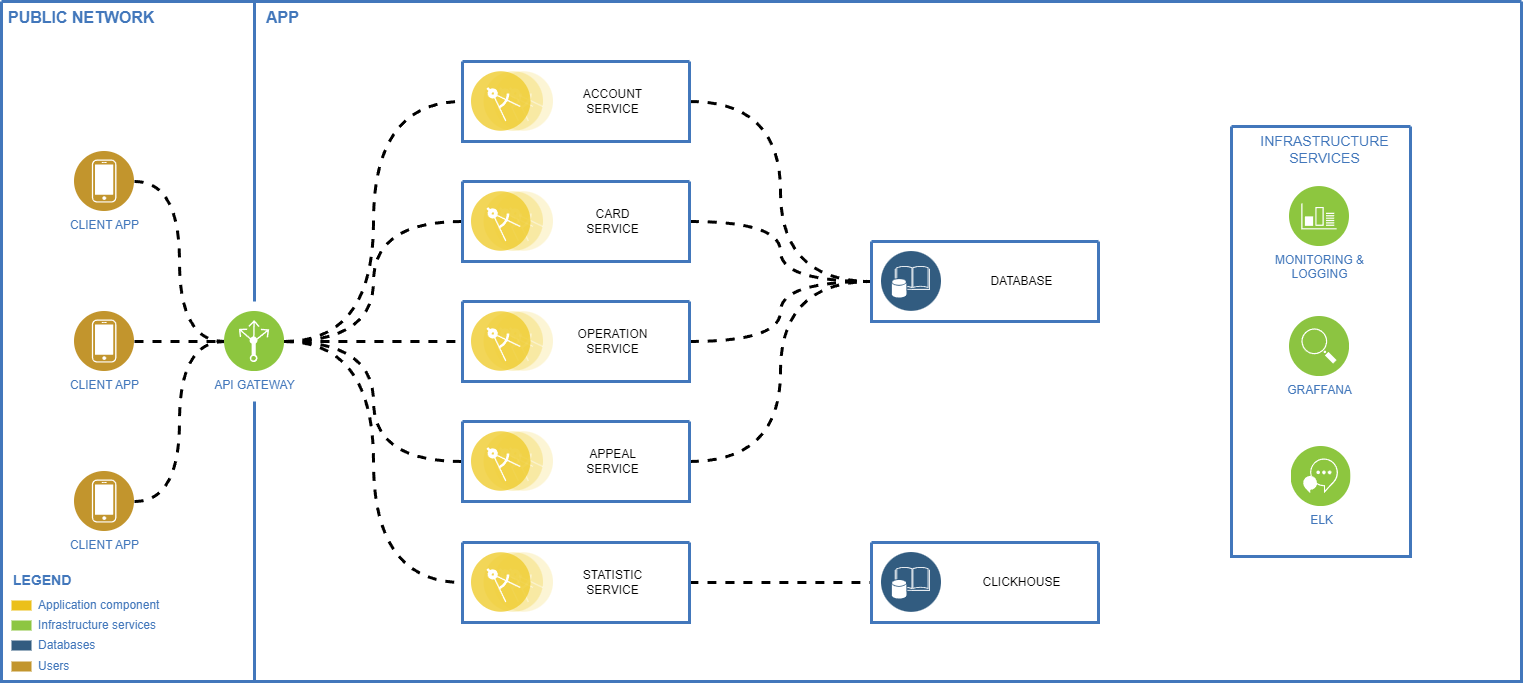
This is img/architecture.png from ClausStolz/Architecture-Test, a draw.io export, as it was before one commit. Source tidied: cells renumbered, new cells last; positions are measured from the earlier drawing's top-left corner, leaving out a move shared by most shapes. The source it was exported from:
```xml
<mxGraphModel>
  <root>
    <mxCell id="0" />
    <mxCell id="1" parent="0" />
    <mxCell id="2" style="swimlane;shadow=0;strokeColor=#4277BB;fillColor=#ffffff;fontColor=#4277BB;align=right;startSize=0;strokeWidth=3;" parent="1" vertex="1">
      <mxGeometry width="1520" height="680" as="geometry" />
    </mxCell>
    <mxCell id="3" value="PUBLIC NETWORK" style="text;html=1;align=left;verticalAlign=top;fontColor=#4277BB;shadow=0;dashed=0;strokeColor=none;fillColor=none;labelBackgroundColor=none;fontStyle=1;fontSize=16;spacingLeft=5;" parent="2" vertex="1">
      <mxGeometry width="170" height="30" as="geometry" />
    </mxCell>
    <mxCell id="4" style="line;strokeWidth=3;direction=south;html=1;shadow=0;labelBackgroundColor=none;fillColor=none;gradientColor=none;fontSize=12;fontColor=#4277BB;align=right;strokeColor=#4277BB;" parent="2" vertex="1">
      <mxGeometry x="248" width="10" height="300" as="geometry" />
    </mxCell>
    <mxCell id="5" value="APP" style="text;html=1;align=left;verticalAlign=top;fontColor=#4277BB;shadow=0;dashed=0;strokeColor=none;fillColor=none;labelBackgroundColor=none;fontStyle=1;fontSize=16;spacingLeft=5;" parent="2" vertex="1">
      <mxGeometry x="258" width="180" height="35" as="geometry" />
    </mxCell>
    <mxCell id="6" value="Application component" style="rounded=0;html=1;shadow=0;labelBackgroundColor=none;strokeColor=none;strokeWidth=2;fillColor=#EBC01A;gradientColor=none;fontSize=12;fontColor=#4277BB;align=left;labelPosition=right;verticalLabelPosition=middle;verticalAlign=middle;spacingLeft=5;" parent="2" vertex="1">
      <mxGeometry x="10" y="599" width="20" height="10" as="geometry" />
    </mxCell>
    <mxCell id="7" value="Infrastructure services" style="rounded=0;html=1;shadow=0;labelBackgroundColor=none;strokeColor=none;strokeWidth=2;fillColor=#8DC642;gradientColor=none;fontSize=12;fontColor=#4277BB;align=left;labelPosition=right;verticalLabelPosition=middle;verticalAlign=middle;spacingLeft=5;" parent="2" vertex="1">
      <mxGeometry x="10" y="619" width="20" height="10" as="geometry" />
    </mxCell>
    <mxCell id="8" value="LEGEND" style="text;html=1;align=left;verticalAlign=middle;fontColor=#4277BB;shadow=0;dashed=0;strokeColor=none;fillColor=none;labelBackgroundColor=none;fontStyle=1;fontSize=14;spacingLeft=0;" parent="2" vertex="1">
      <mxGeometry x="10" y="569" width="150" height="20" as="geometry" />
    </mxCell>
    <mxCell id="9" value="Users" style="rounded=0;html=1;shadow=0;labelBackgroundColor=none;strokeColor=none;strokeWidth=2;fillColor=#C2952D;gradientColor=none;fontSize=12;fontColor=#4277BB;align=left;labelPosition=right;verticalLabelPosition=middle;verticalAlign=middle;spacingLeft=5;" parent="2" vertex="1">
      <mxGeometry x="10" y="660" width="20" height="10" as="geometry" />
    </mxCell>
    <mxCell id="10" style="line;strokeWidth=3;direction=south;html=1;shadow=0;labelBackgroundColor=none;fillColor=none;gradientColor=none;fontSize=12;fontColor=#4277BB;align=right;strokeColor=#4277BB;" parent="2" vertex="1">
      <mxGeometry x="248" y="400" width="10" height="280" as="geometry" />
    </mxCell>
    <mxCell id="11" style="edgeStyle=orthogonalEdgeStyle;rounded=0;jettySize=auto;html=1;exitX=1;exitY=0.5;exitDx=0;exitDy=0;entryX=0;entryY=0.5;entryDx=0;entryDy=0;strokeWidth=3;dashed=1;curved=1;endArrow=none;endFill=0;" parent="2" edge="1" source="12" target="27">
      <mxGeometry relative="1" as="geometry" />
    </mxCell>
    <mxCell id="12" value="CLIENT APP" style="perimeter=ellipsePerimeter;html=1;align=center;shadow=0;dashed=0;image;image=img/lib/ibm/users/device.svg;labelBackgroundColor=#ffffff;strokeColor=#666666;strokeWidth=3;fillColor=#C2952D;gradientColor=none;fontSize=12;fontColor=#4277BB;" parent="2" vertex="1">
      <mxGeometry x="73" y="150" width="60" height="60" as="geometry" />
    </mxCell>
    <mxCell id="13" style="swimlane;shadow=0;strokeColor=#4277BB;fillColor=#ffffff;fontColor=#4277BB;align=right;startSize=0;strokeWidth=3;" parent="2" vertex="1">
      <mxGeometry x="1230" y="125" width="179" height="430" as="geometry" />
    </mxCell>
    <mxCell id="14" value="MONITORING &amp;amp;&lt;div&gt;LOGGING&lt;/div&gt;" style="perimeter=ellipsePerimeter;html=1;align=center;shadow=0;dashed=0;image;image=img/lib/ibm/infrastructure/monitoring_logging.svg;labelBackgroundColor=none;strokeColor=#666666;strokeWidth=3;fillColor=#C2952D;gradientColor=none;fontSize=12;fontColor=#4277BB;" parent="13" vertex="1">
      <mxGeometry x="58" y="60" width="60" height="60" as="geometry" />
    </mxCell>
    <mxCell id="15" value="GRAFFANA" style="perimeter=ellipsePerimeter;html=1;align=center;shadow=0;dashed=0;image;image=img/lib/ibm/infrastructure/service_discovery_configuration.svg;labelBackgroundColor=none;strokeColor=#666666;strokeWidth=3;fillColor=#C2952D;gradientColor=none;fontSize=12;fontColor=#4277BB;" parent="13" vertex="1">
      <mxGeometry x="58" y="190" width="60" height="60" as="geometry" />
    </mxCell>
    <mxCell id="16" value="ELK" style="perimeter=ellipsePerimeter;html=1;align=center;shadow=0;dashed=0;image;image=img/lib/ibm/infrastructure/interservice_communication.svg;labelBackgroundColor=none;strokeColor=#666666;strokeWidth=3;fillColor=#C2952D;gradientColor=none;fontSize=12;fontColor=#4277BB;" parent="13" vertex="1">
      <mxGeometry x="59.5" y="320" width="60" height="60" as="geometry" />
    </mxCell>
    <mxCell id="17" value="INFRASTRUCTURE &lt;br&gt;SERVICES" style="text;html=1;align=center;verticalAlign=top;fontColor=#4277BB;shadow=0;dashed=0;strokeColor=none;fillColor=none;labelBackgroundColor=none;fontStyle=0;fontSize=14;spacingLeft=5;" parent="13" vertex="1">
      <mxGeometry x="10" width="160" height="24" as="geometry" />
    </mxCell>
    <mxCell id="18" style="edgeStyle=orthogonalEdgeStyle;rounded=0;jettySize=auto;html=1;exitX=1;exitY=0.5;exitDx=0;exitDy=0;entryX=0;entryY=0.5;entryDx=0;entryDy=0;strokeWidth=3;dashed=1;endArrow=none;endFill=0;" parent="2" edge="1" source="19" target="27">
      <mxGeometry relative="1" as="geometry" />
    </mxCell>
    <mxCell id="19" value="CLIENT APP" style="perimeter=ellipsePerimeter;html=1;align=center;shadow=0;dashed=0;image;image=img/lib/ibm/users/device.svg;labelBackgroundColor=#ffffff;strokeColor=#666666;strokeWidth=3;fillColor=#C2952D;gradientColor=none;fontSize=12;fontColor=#4277BB;" parent="2" vertex="1">
      <mxGeometry x="73" y="310" width="60" height="60" as="geometry" />
    </mxCell>
    <mxCell id="20" style="edgeStyle=orthogonalEdgeStyle;rounded=0;jettySize=auto;html=1;exitX=1;exitY=0.5;exitDx=0;exitDy=0;entryX=0;entryY=0.5;entryDx=0;entryDy=0;strokeWidth=3;dashed=1;curved=1;endArrow=none;endFill=0;" parent="2" edge="1" source="21" target="27">
      <mxGeometry relative="1" as="geometry" />
    </mxCell>
    <mxCell id="21" value="CLIENT APP" style="perimeter=ellipsePerimeter;html=1;align=center;shadow=0;dashed=0;image;image=img/lib/ibm/users/device.svg;labelBackgroundColor=#ffffff;strokeColor=#666666;strokeWidth=3;fillColor=#C2952D;gradientColor=none;fontSize=12;fontColor=#4277BB;" parent="2" vertex="1">
      <mxGeometry x="73" y="470" width="60" height="60" as="geometry" />
    </mxCell>
    <mxCell id="22" style="edgeStyle=orthogonalEdgeStyle;rounded=0;jettySize=auto;html=1;exitX=1;exitY=0.5;exitDx=0;exitDy=0;entryX=0;entryY=0.5;entryDx=0;entryDy=0;strokeWidth=3;dashed=1;curved=1;endArrow=none;endFill=0;" parent="2" edge="1" source="27" target="37">
      <mxGeometry relative="1" as="geometry" />
    </mxCell>
    <mxCell id="23" style="edgeStyle=orthogonalEdgeStyle;rounded=0;jettySize=auto;html=1;exitX=1;exitY=0.5;exitDx=0;exitDy=0;entryX=0;entryY=0.5;entryDx=0;entryDy=0;strokeWidth=3;dashed=1;curved=1;endArrow=none;endFill=0;" parent="2" edge="1" source="27" target="33">
      <mxGeometry relative="1" as="geometry" />
    </mxCell>
    <mxCell id="24" style="edgeStyle=orthogonalEdgeStyle;rounded=0;jettySize=auto;html=1;exitX=1;exitY=0.5;exitDx=0;exitDy=0;entryX=0;entryY=0.5;entryDx=0;entryDy=0;strokeWidth=3;dashed=1;curved=1;endArrow=none;endFill=0;" parent="2" edge="1" source="27" target="29">
      <mxGeometry relative="1" as="geometry" />
    </mxCell>
    <mxCell id="25" style="edgeStyle=orthogonalEdgeStyle;rounded=0;jettySize=auto;html=1;exitX=1;exitY=0.5;exitDx=0;exitDy=0;entryX=0;entryY=0.5;entryDx=0;entryDy=0;strokeWidth=3;dashed=1;curved=1;endArrow=none;endFill=0;" parent="2" edge="1" source="27" target="41">
      <mxGeometry relative="1" as="geometry" />
    </mxCell>
    <mxCell id="26" style="edgeStyle=orthogonalEdgeStyle;rounded=0;jettySize=auto;html=1;exitX=1;exitY=0.5;exitDx=0;exitDy=0;entryX=0;entryY=0.5;entryDx=0;entryDy=0;strokeWidth=3;dashed=1;curved=1;endArrow=none;endFill=0;" parent="2" edge="1" source="27" target="45">
      <mxGeometry relative="1" as="geometry" />
    </mxCell>
    <mxCell id="27" value="API GATEWAY" style="perimeter=ellipsePerimeter;html=1;align=center;shadow=0;dashed=0;image;image=img/lib/ibm/infrastructure/load_balancing_routing.svg;labelBackgroundColor=none;strokeColor=#666666;strokeWidth=3;fillColor=#C2952D;gradientColor=none;fontSize=12;fontColor=#4277BB;" parent="2" vertex="1">
      <mxGeometry x="223" y="310" width="60" height="60" as="geometry" />
    </mxCell>
    <mxCell id="28" style="edgeStyle=orthogonalEdgeStyle;rounded=0;jettySize=auto;html=1;exitX=1;exitY=0.5;exitDx=0;exitDy=0;entryX=0;entryY=0.5;entryDx=0;entryDy=0;strokeWidth=3;dashed=1;endArrow=none;endFill=0;curved=1;" parent="2" edge="1" source="29" target="48">
      <mxGeometry relative="1" as="geometry" />
    </mxCell>
    <mxCell id="29" style="swimlane;shadow=0;strokeColor=#4277BB;fillColor=#ffffff;fontColor=#4277BB;align=right;startSize=0;strokeWidth=3;" parent="2" vertex="1">
      <mxGeometry x="461" y="60" width="227" height="80" as="geometry" />
    </mxCell>
    <mxCell id="30" style="perimeter=ellipsePerimeter;html=1;align=center;shadow=0;dashed=0;image;image=img/lib/ibm/applications/microservice.svg;labelBackgroundColor=#ffffff;strokeColor=#666666;strokeWidth=3;fillColor=#C2952D;gradientColor=none;fontSize=12;fontColor=#4277BB;" parent="29" vertex="1">
      <mxGeometry x="9" y="10" width="82" height="60" as="geometry" />
    </mxCell>
    <mxCell id="31" value="ACCOUNT&lt;br&gt;SERVICE" style="text;html=1;align=center;verticalAlign=middle;strokeColor=none;fillColor=none;" parent="29" vertex="1">
      <mxGeometry x="110" y="20" width="80" height="40" as="geometry" />
    </mxCell>
    <mxCell id="32" style="edgeStyle=orthogonalEdgeStyle;rounded=0;jettySize=auto;html=1;exitX=1;exitY=0.5;exitDx=0;exitDy=0;entryX=0;entryY=0.5;entryDx=0;entryDy=0;strokeWidth=3;dashed=1;endArrow=none;endFill=0;curved=1;" parent="2" edge="1" source="33" target="48">
      <mxGeometry relative="1" as="geometry" />
    </mxCell>
    <mxCell id="33" style="swimlane;shadow=0;strokeColor=#4277BB;fillColor=#ffffff;fontColor=#4277BB;align=right;startSize=0;strokeWidth=3;" parent="2" vertex="1">
      <mxGeometry x="461" y="180" width="227" height="80" as="geometry" />
    </mxCell>
    <mxCell id="34" style="perimeter=ellipsePerimeter;html=1;align=center;shadow=0;dashed=0;image;image=img/lib/ibm/applications/microservice.svg;labelBackgroundColor=#ffffff;strokeColor=#666666;strokeWidth=3;fillColor=#C2952D;gradientColor=none;fontSize=12;fontColor=#4277BB;" parent="33" vertex="1">
      <mxGeometry x="9" y="10" width="82" height="60" as="geometry" />
    </mxCell>
    <mxCell id="35" value="CARD&lt;br&gt;SERVICE" style="text;html=1;align=center;verticalAlign=middle;strokeColor=none;fillColor=none;" parent="33" vertex="1">
      <mxGeometry x="110" y="20" width="80" height="40" as="geometry" />
    </mxCell>
    <mxCell id="36" style="edgeStyle=orthogonalEdgeStyle;rounded=0;jettySize=auto;html=1;exitX=1;exitY=0.5;exitDx=0;exitDy=0;entryX=0;entryY=0.5;entryDx=0;entryDy=0;strokeWidth=3;dashed=1;endArrow=none;endFill=0;curved=1;" parent="2" edge="1" source="37" target="48">
      <mxGeometry relative="1" as="geometry" />
    </mxCell>
    <mxCell id="37" style="swimlane;shadow=0;strokeColor=#4277BB;fillColor=#ffffff;fontColor=#4277BB;align=right;startSize=0;strokeWidth=3;" parent="2" vertex="1">
      <mxGeometry x="461" y="300" width="227" height="80" as="geometry" />
    </mxCell>
    <mxCell id="38" style="perimeter=ellipsePerimeter;html=1;align=center;shadow=0;dashed=0;image;image=img/lib/ibm/applications/microservice.svg;labelBackgroundColor=#ffffff;strokeColor=#666666;strokeWidth=3;fillColor=#C2952D;gradientColor=none;fontSize=12;fontColor=#4277BB;" parent="37" vertex="1">
      <mxGeometry x="9" y="10" width="82" height="60" as="geometry" />
    </mxCell>
    <mxCell id="39" value="OPERATION&lt;br&gt;SERVICE" style="text;html=1;align=center;verticalAlign=middle;strokeColor=none;fillColor=none;" parent="37" vertex="1">
      <mxGeometry x="105" y="20" width="90" height="40" as="geometry" />
    </mxCell>
    <mxCell id="40" style="edgeStyle=orthogonalEdgeStyle;rounded=0;jettySize=auto;html=1;exitX=1;exitY=0.5;exitDx=0;exitDy=0;entryX=0;entryY=0.5;entryDx=0;entryDy=0;strokeWidth=3;dashed=1;endArrow=none;endFill=0;curved=1;" parent="2" edge="1" source="41" target="48">
      <mxGeometry relative="1" as="geometry" />
    </mxCell>
    <mxCell id="41" style="swimlane;shadow=0;strokeColor=#4277BB;fillColor=#ffffff;fontColor=#4277BB;align=right;startSize=0;strokeWidth=3;" parent="2" vertex="1">
      <mxGeometry x="461" y="420" width="227" height="80" as="geometry" />
    </mxCell>
    <mxCell id="42" style="perimeter=ellipsePerimeter;html=1;align=center;shadow=0;dashed=0;image;image=img/lib/ibm/applications/microservice.svg;labelBackgroundColor=#ffffff;strokeColor=#666666;strokeWidth=3;fillColor=#C2952D;gradientColor=none;fontSize=12;fontColor=#4277BB;" parent="41" vertex="1">
      <mxGeometry x="9" y="10" width="82" height="60" as="geometry" />
    </mxCell>
    <mxCell id="43" value="APPEAL&lt;br&gt;SERVICE" style="text;html=1;align=center;verticalAlign=middle;strokeColor=none;fillColor=none;" parent="41" vertex="1">
      <mxGeometry x="110" y="20" width="80" height="40" as="geometry" />
    </mxCell>
    <mxCell id="44" style="edgeStyle=orthogonalEdgeStyle;rounded=0;jettySize=auto;html=1;exitX=1;exitY=0.5;exitDx=0;exitDy=0;entryX=0;entryY=0.5;entryDx=0;entryDy=0;strokeWidth=3;dashed=1;endArrow=none;endFill=0;curved=1;" parent="2" edge="1" source="45" target="51">
      <mxGeometry relative="1" as="geometry" />
    </mxCell>
    <mxCell id="45" style="swimlane;shadow=0;strokeColor=#4277BB;fillColor=#ffffff;fontColor=#4277BB;align=right;startSize=0;strokeWidth=3;" parent="2" vertex="1">
      <mxGeometry x="461" y="541" width="227" height="80" as="geometry" />
    </mxCell>
    <mxCell id="46" style="perimeter=ellipsePerimeter;html=1;align=center;shadow=0;dashed=0;image;image=img/lib/ibm/applications/microservice.svg;labelBackgroundColor=#ffffff;strokeColor=#666666;strokeWidth=3;fillColor=#C2952D;gradientColor=none;fontSize=12;fontColor=#4277BB;" parent="45" vertex="1">
      <mxGeometry x="9" y="10" width="82" height="60" as="geometry" />
    </mxCell>
    <mxCell id="47" value="STATISTIC&lt;br&gt;SERVICE" style="text;html=1;align=center;verticalAlign=middle;strokeColor=none;fillColor=none;" parent="45" vertex="1">
      <mxGeometry x="110" y="20" width="80" height="40" as="geometry" />
    </mxCell>
    <mxCell id="48" style="swimlane;shadow=0;strokeColor=#4277BB;fillColor=#ffffff;fontColor=#4277BB;align=right;startSize=0;strokeWidth=3;" parent="2" vertex="1">
      <mxGeometry x="870" y="240" width="227" height="80" as="geometry" />
    </mxCell>
    <mxCell id="49" value="DATABASE" style="text;html=1;align=center;verticalAlign=middle;strokeColor=none;fillColor=none;" parent="48" vertex="1">
      <mxGeometry x="105" y="25" width="90" height="30" as="geometry" />
    </mxCell>
    <mxCell id="50" style="perimeter=ellipsePerimeter;html=1;align=center;shadow=0;dashed=0;image;image=img/lib/ibm/data/enterprise_data.svg;labelBackgroundColor=#ffffff;strokeColor=#666666;strokeWidth=3;fillColor=#C2952D;gradientColor=none;fontSize=12;fontColor=#4277BB;" parent="48" vertex="1">
      <mxGeometry x="10" y="10" width="60" height="60" as="geometry" />
    </mxCell>
    <mxCell id="51" style="swimlane;shadow=0;strokeColor=#4277BB;fillColor=#ffffff;fontColor=#4277BB;align=right;startSize=0;strokeWidth=3;" parent="2" vertex="1">
      <mxGeometry x="870" y="541" width="227" height="80" as="geometry" />
    </mxCell>
    <mxCell id="52" value="CLICKHOUSE" style="text;html=1;align=center;verticalAlign=middle;strokeColor=none;fillColor=none;" parent="51" vertex="1">
      <mxGeometry x="100" y="25" width="100" height="30" as="geometry" />
    </mxCell>
    <mxCell id="53" style="perimeter=ellipsePerimeter;html=1;align=center;shadow=0;dashed=0;image;image=img/lib/ibm/data/enterprise_data.svg;labelBackgroundColor=#ffffff;strokeColor=#666666;strokeWidth=3;fillColor=#C2952D;gradientColor=none;fontSize=12;fontColor=#4277BB;" parent="51" vertex="1">
      <mxGeometry x="10" y="10" width="60" height="60" as="geometry" />
    </mxCell>
    <mxCell id="54" value="Databases" style="rounded=0;html=1;shadow=0;labelBackgroundColor=none;strokeColor=none;strokeWidth=2;fillColor=#325c80;gradientColor=none;fontSize=12;fontColor=#4277BB;align=left;labelPosition=right;verticalLabelPosition=middle;verticalAlign=middle;spacingLeft=5;" parent="2" vertex="1">
      <mxGeometry x="10" y="639" width="20" height="10" as="geometry" />
    </mxCell>
  </root>
</mxGraphModel>
```
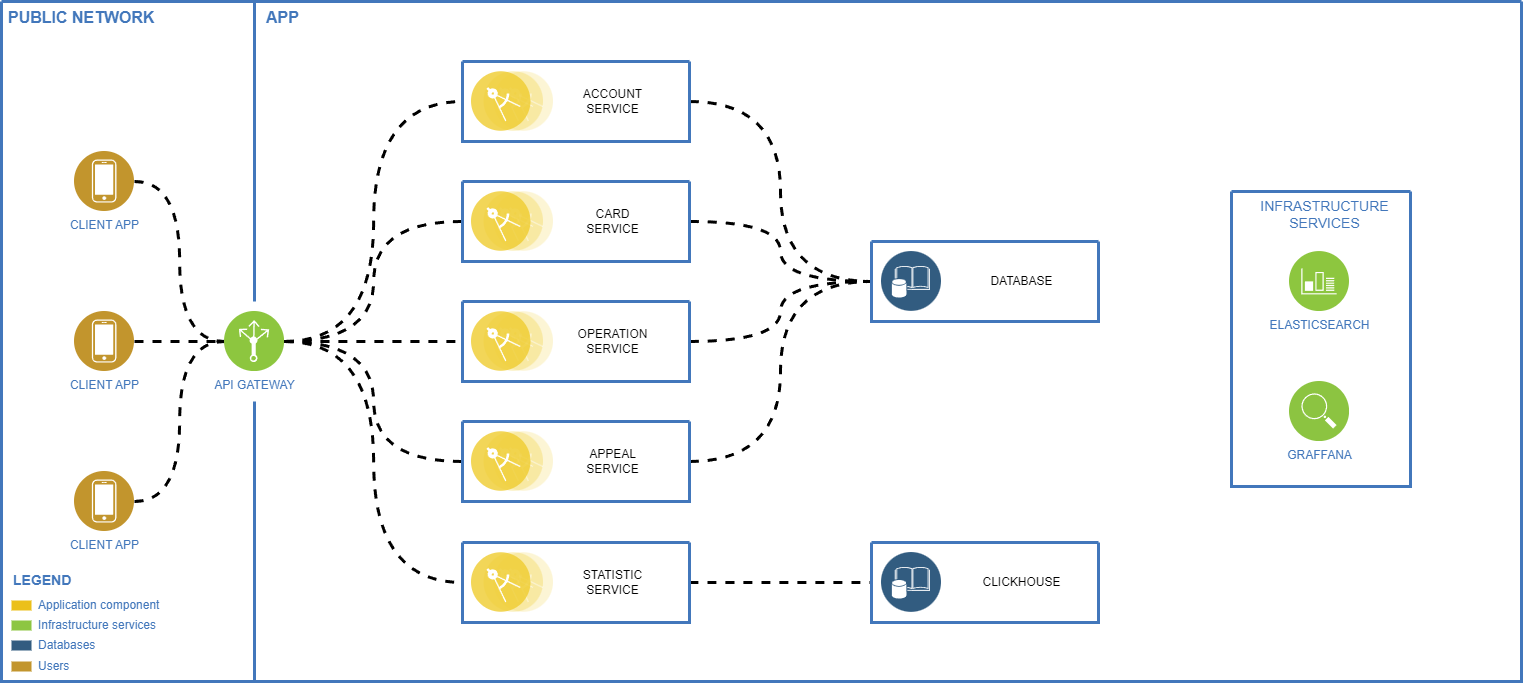
The same diagram one commit later.

What changed in the source:
```diff
@@ -36,17 +36,14 @@
       <mxGeometry x="73" y="150" width="60" height="60" as="geometry" />
     </mxCell>
     <mxCell id="13" style="swimlane;shadow=0;strokeColor=#4277BB;fillColor=#ffffff;fontColor=#4277BB;align=right;startSize=0;strokeWidth=3;" parent="2" vertex="1">
-      <mxGeometry x="1230" y="125" width="179" height="430" as="geometry" />
+      <mxGeometry x="1230" y="190" width="179" height="295" as="geometry" />
     </mxCell>
-    <mxCell id="14" value="MONITORING &amp;amp;&lt;div&gt;LOGGING&lt;/div&gt;" style="perimeter=ellipsePerimeter;html=1;align=center;shadow=0;dashed=0;image;image=img/lib/ibm/infrastructure/monitoring_logging.svg;labelBackgroundColor=none;strokeColor=#666666;strokeWidth=3;fillColor=#C2952D;gradientColor=none;fontSize=12;fontColor=#4277BB;" parent="13" vertex="1">
+    <mxCell id="14" value="ELASTICSEARCH" style="perimeter=ellipsePerimeter;html=1;align=center;shadow=0;dashed=0;image;image=img/lib/ibm/infrastructure/monitoring_logging.svg;labelBackgroundColor=none;strokeColor=#666666;strokeWidth=3;fillColor=#C2952D;gradientColor=none;fontSize=12;fontColor=#4277BB;" parent="13" vertex="1">
       <mxGeometry x="58" y="60" width="60" height="60" as="geometry" />
     </mxCell>
     <mxCell id="15" value="GRAFFANA" style="perimeter=ellipsePerimeter;html=1;align=center;shadow=0;dashed=0;image;image=img/lib/ibm/infrastructure/service_discovery_configuration.svg;labelBackgroundColor=none;strokeColor=#666666;strokeWidth=3;fillColor=#C2952D;gradientColor=none;fontSize=12;fontColor=#4277BB;" parent="13" vertex="1">
       <mxGeometry x="58" y="190" width="60" height="60" as="geometry" />
     </mxCell>
-    <mxCell id="16" value="ELK" style="perimeter=ellipsePerimeter;html=1;align=center;shadow=0;dashed=0;image;image=img/lib/ibm/infrastructure/interservice_communication.svg;labelBackgroundColor=none;strokeColor=#666666;strokeWidth=3;fillColor=#C2952D;gradientColor=none;fontSize=12;fontColor=#4277BB;" parent="13" vertex="1">
-      <mxGeometry x="59.5" y="320" width="60" height="60" as="geometry" />
-    </mxCell>
     <mxCell id="17" value="INFRASTRUCTURE &lt;br&gt;SERVICES" style="text;html=1;align=center;verticalAlign=top;fontColor=#4277BB;shadow=0;dashed=0;strokeColor=none;fillColor=none;labelBackgroundColor=none;fontStyle=0;fontSize=14;spacingLeft=5;" parent="13" vertex="1">
       <mxGeometry x="10" width="160" height="24" as="geometry" />
     </mxCell>
```
